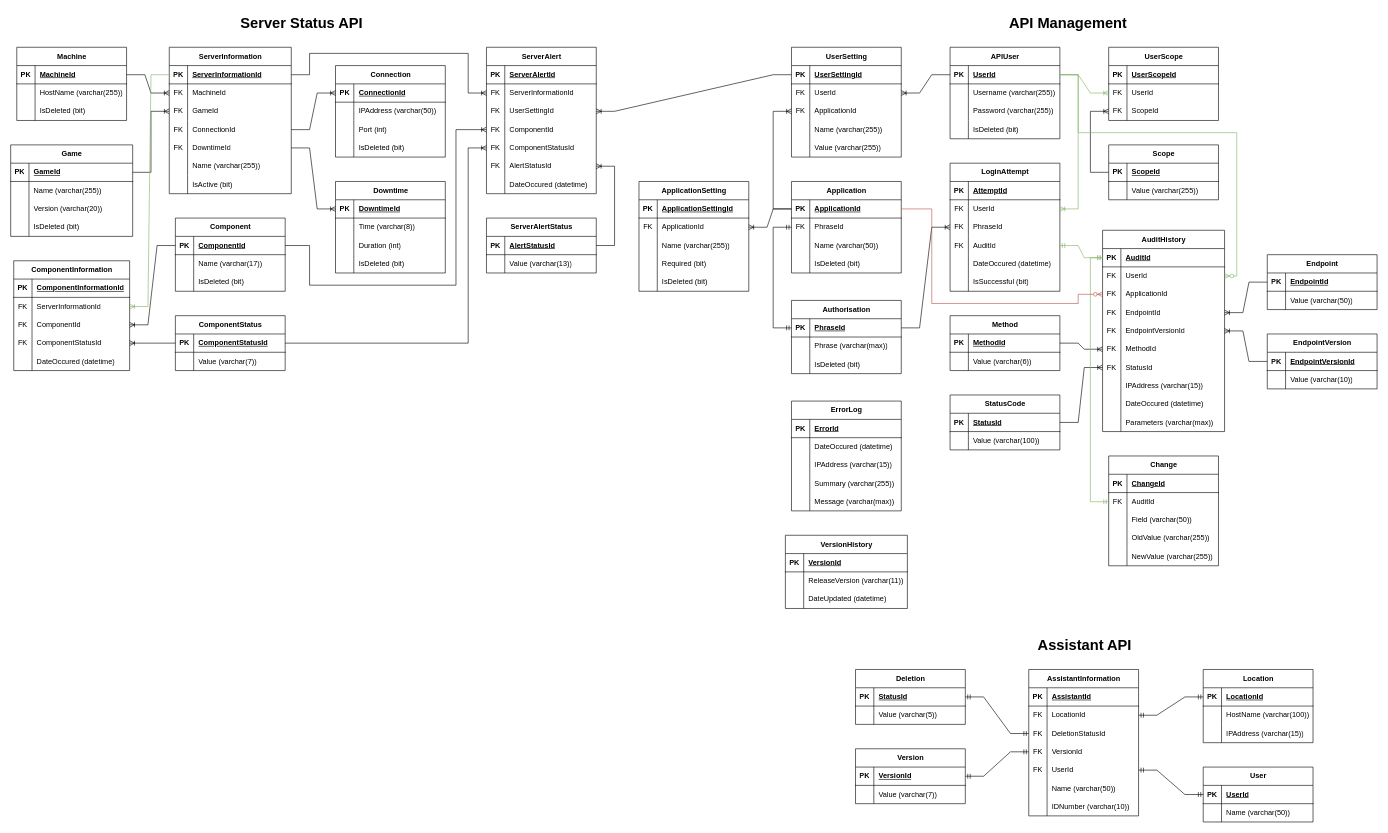
Above: Database ERD.drawio in LegendarySpork9/Hunter-Industries-API (draw.io), before the change. Source tidied: cells renumbered, new cells numbered last; positions are measured from the earlier drawing's top-left corner, leaving out a move shared by most shapes. Both pictures are drawn from the tidied source at 61%, with x=0, y=0 at pixel (10, 10).
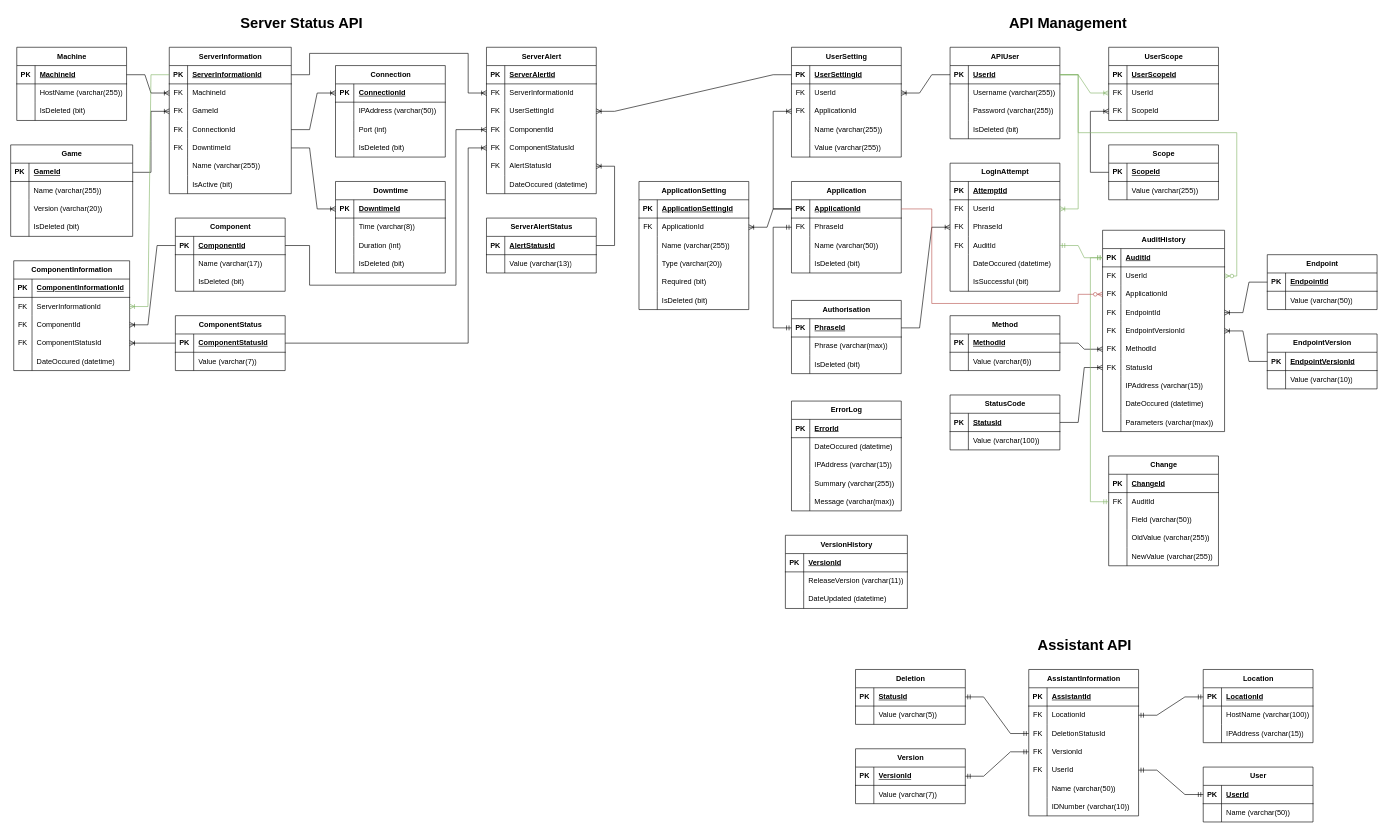
Above is the later version.

Diff of the diagram source:
```diff
@@
     <mxCell id="411" value="ApplicationSetting" style="shape=table;startSize=30;childLayout=tableLayout;rowLines=0;fontStyle=1;align=center;html=1;" parent="1" vertex="1">
-      <mxGeometry x="1030" y="280" width="180" height="180" as="geometry" />
+      <mxGeometry x="1030" y="280" width="180" height="210" as="geometry" />
     </mxCell>
@@
+    <mxCell id="428" style="shape=tableRow;horizontal=0;startSize=0;swimlaneHead=0;swimlaneBody=0;fillColor=none;top=0;left=0;right=0;bottom=0;" parent="411" vertex="1">
+      <mxGeometry y="120" width="180" height="30" as="geometry" />
+    </mxCell>
+    <mxCell id="429" style="shape=partialRectangle;fillColor=none;top=0;left=0;bottom=0;right=0;overflow=hidden;whiteSpace=wrap;html=1;" parent="428" vertex="1">
+      <mxGeometry width="30" height="30" as="geometry" />
+    </mxCell>
+    <mxCell id="430" value="Type (varchar(20))" style="shape=partialRectangle;fillColor=none;top=0;left=0;bottom=0;right=0;align=left;spacingLeft=6;overflow=hidden;whiteSpace=wrap;html=1;" parent="428" vertex="1">
+      <mxGeometry x="30" width="150" height="30" as="geometry" />
+    </mxCell>
     <mxCell id="421" style="shape=tableRow;horizontal=0;startSize=0;swimlaneHead=0;swimlaneBody=0;fillColor=none;top=0;left=0;right=0;bottom=0;" parent="411" vertex="1">
-      <mxGeometry y="120" width="180" height="30" as="geometry" />
+      <mxGeometry y="150" width="180" height="30" as="geometry" />
     </mxCell>
@@
     <mxCell id="424" style="shape=tableRow;horizontal=0;startSize=0;swimlaneHead=0;swimlaneBody=0;fillColor=none;top=0;left=0;right=0;bottom=0;" parent="411" vertex="1">
-      <mxGeometry y="150" width="180" height="30" as="geometry" />
+      <mxGeometry y="180" width="180" height="30" as="geometry" />
     </mxCell>
```
